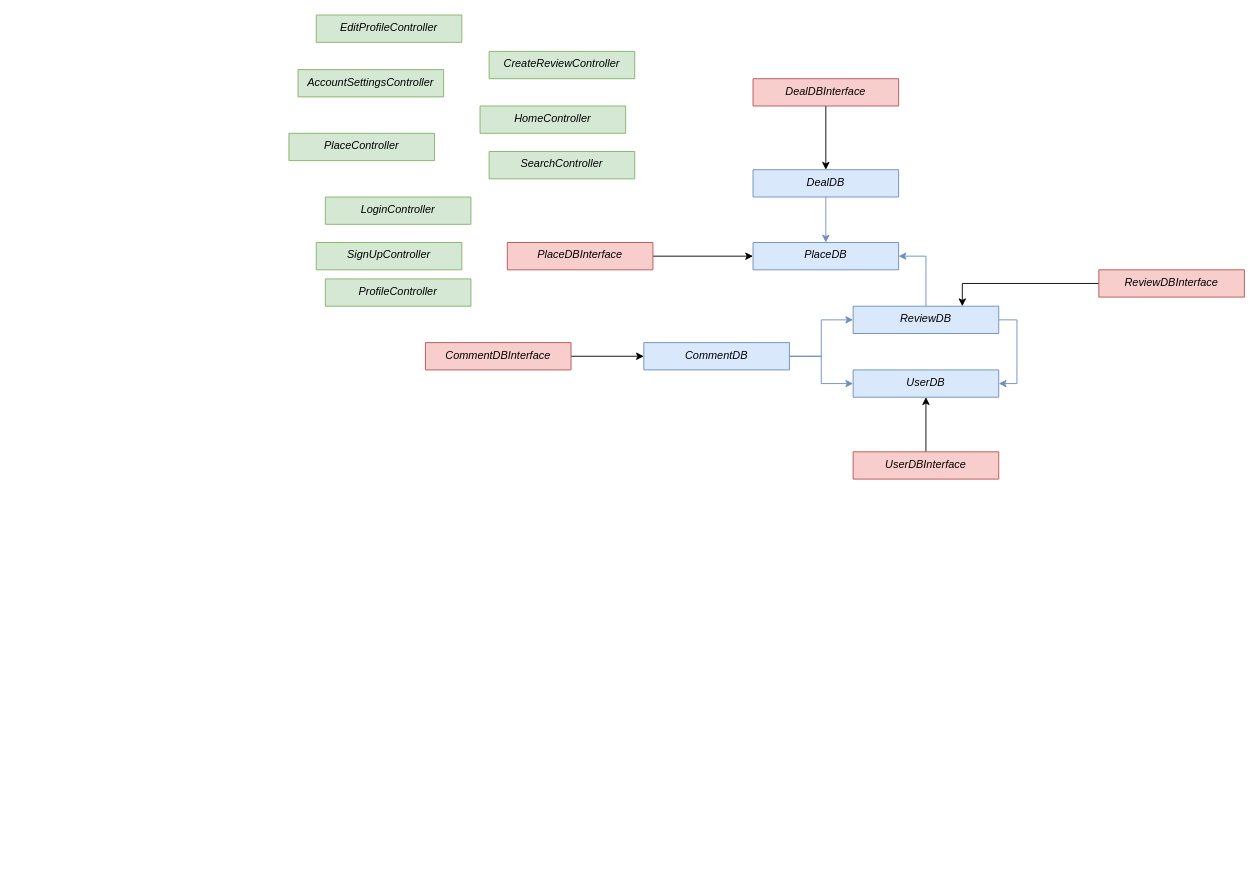
Above: Documents/Clases.drawio in GonzaloLGI/Furry-Advisor (draw.io), before the change. Source tidied: cells renumbered, new cells numbered last; positions are measured from the earlier drawing's top-left corner, leaving out a move shared by most shapes. Both pictures are drawn from the tidied source at 91%, with x=0, y=0 at pixel (288, 15).
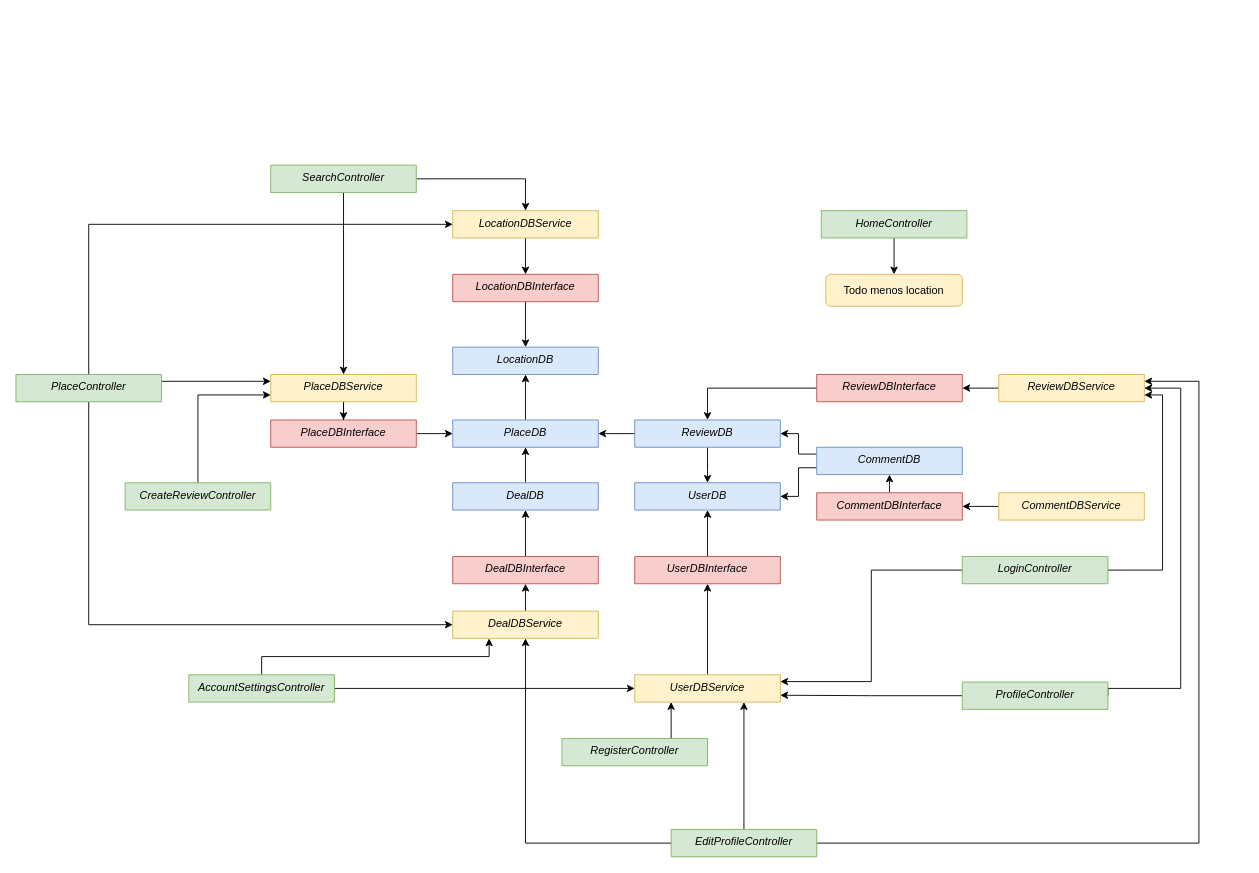
The same page after the edit.

Diff of the diagram source:
```diff
@@
-    <mxCell id="2" style="edgeStyle=orthogonalEdgeStyle;rounded=0;jettySize=auto;html=1;entryX=0;entryY=0.5;entryDx=0;entryDy=0;fillColor=#dae8fc;strokeColor=#6c8ebf;" parent="1" edge="1" source="4" target="10">
-      <mxGeometry relative="1" as="geometry" />
-    </mxCell>
-    <mxCell id="3" style="edgeStyle=orthogonalEdgeStyle;rounded=0;jettySize=auto;html=1;entryX=0;entryY=0.5;entryDx=0;entryDy=0;fillColor=#dae8fc;strokeColor=#6c8ebf;" parent="1" edge="1" source="4" target="11">
-      <mxGeometry relative="1" as="geometry" />
-    </mxCell>
-    <mxCell id="4" value="CommentDB" style="swimlane;fontStyle=2;align=center;verticalAlign=top;horizontal=1;startSize=30;rounded=0;shadow=0;strokeWidth=1;fillColor=#dae8fc;strokeColor=#6c8ebf;" parent="1" vertex="1">
-      <mxGeometry x="390" y="360" width="160" height="30" as="geometry" />
-    </mxCell>
-    <mxCell id="5" style="edgeStyle=orthogonalEdgeStyle;rounded=0;jettySize=auto;html=1;entryX=0.5;entryY=0;entryDx=0;entryDy=0;fillColor=#dae8fc;strokeColor=#6c8ebf;" parent="1" edge="1" source="6" target="8">
+    <mxCell id="5" style="edgeStyle=orthogonalEdgeStyle;rounded=0;jettySize=auto;html=1;exitX=0.5;exitY=0;exitDx=0;exitDy=0;entryX=0.5;entryY=1;entryDx=0;entryDy=0;" parent="1" edge="1" source="6" target="8">
       <mxGeometry relative="1" as="geometry" />
     </mxCell>
     <mxCell id="6" value="DealDB" style="swimlane;fontStyle=2;align=center;verticalAlign=top;horizontal=1;startSize=30;rounded=0;shadow=0;strokeWidth=1;fillColor=#dae8fc;strokeColor=#6c8ebf;" parent="1" vertex="1">
-      <mxGeometry x="510" y="170" width="160" height="30" as="geometry" />
+      <mxGeometry x="180" y="514" width="160" height="30" as="geometry" />
     </mxCell>
-    <mxCell id="7" style="edgeStyle=orthogonalEdgeStyle;rounded=0;jettySize=auto;html=1;entryX=1;entryY=0.5;entryDx=0;entryDy=0;exitX=0.5;exitY=0;exitDx=0;exitDy=0;fillColor=#dae8fc;strokeColor=#6c8ebf;" parent="1" edge="1" source="10" target="8">
-      <mxGeometry relative="1" as="geometry" />
-    </mxCell>
+    <mxCell id="32" style="edgeStyle=orthogonalEdgeStyle;rounded=0;jettySize=auto;html=1;exitX=0.5;exitY=0;exitDx=0;exitDy=0;entryX=0.5;entryY=1;entryDx=0;entryDy=0;" parent="1" edge="1" source="8" target="48">
+      <mxGeometry relative="1" as="geometry" />
+    </mxCell>
     <mxCell id="8" value="PlaceDB" style="swimlane;fontStyle=2;align=center;verticalAlign=top;horizontal=1;startSize=30;rounded=0;shadow=0;strokeWidth=1;fillColor=#dae8fc;strokeColor=#6c8ebf;" parent="1" vertex="1">
-      <mxGeometry x="510" y="250" width="160" height="30" as="geometry" />
+      <mxGeometry x="180" y="445" width="160" height="30" as="geometry" />
     </mxCell>
-    <mxCell id="9" style="edgeStyle=orthogonalEdgeStyle;rounded=0;jettySize=auto;html=1;entryX=1;entryY=0.5;entryDx=0;entryDy=0;exitX=1;exitY=0.5;exitDx=0;exitDy=0;fillColor=#dae8fc;strokeColor=#6c8ebf;" parent="1" edge="1" source="10" target="11">
+    <mxCell id="9" style="edgeStyle=orthogonalEdgeStyle;rounded=0;jettySize=auto;html=1;exitX=0.5;exitY=1;exitDx=0;exitDy=0;" parent="1" edge="1" source="10" target="11">
       <mxGeometry relative="1" as="geometry" />
     </mxCell>
+    <mxCell id="7" style="edgeStyle=orthogonalEdgeStyle;rounded=0;jettySize=auto;html=1;exitX=0;exitY=0.5;exitDx=0;exitDy=0;entryX=1;entryY=0.5;entryDx=0;entryDy=0;" parent="1" edge="1" source="10" target="8">
+      <mxGeometry relative="1" as="geometry">
+        <Array as="points">
+          <mxPoint x="500" y="460" />
+        </Array>
+      </mxGeometry>
+    </mxCell>
     <mxCell id="10" value="ReviewDB" style="swimlane;fontStyle=2;align=center;verticalAlign=top;horizontal=1;startSize=30;rounded=0;shadow=0;strokeWidth=1;fillColor=#dae8fc;strokeColor=#6c8ebf;" parent="1" vertex="1">
-      <mxGeometry x="620" y="320" width="160" height="30" as="geometry" />
+      <mxGeometry x="380" y="445" width="160" height="30" as="geometry" />
     </mxCell>
     <mxCell id="11" value="UserDB" style="swimlane;fontStyle=2;align=center;verticalAlign=top;horizontal=1;startSize=30;rounded=0;shadow=0;strokeWidth=1;fillColor=#dae8fc;strokeColor=#6c8ebf;" parent="1" vertex="1">
-      <mxGeometry x="620" y="390" width="160" height="30" as="geometry" />
+      <mxGeometry x="380" y="514" width="160" height="30" as="geometry" />
     </mxCell>
@@
-    <mxCell id="13" value="UserDBInterface" style="swimlane;fontStyle=2;align=center;verticalAlign=top;horizontal=1;startSize=30;rounded=0;shadow=0;strokeWidth=1;fillColor=#f8cecc;strokeColor=#b85450;" parent="1" vertex="1">
-      <mxGeometry x="620" y="480" width="160" height="30" as="geometry" />
-    </mxCell>
@@
     <mxCell id="15" value="PlaceDBInterface" style="swimlane;fontStyle=2;align=center;verticalAlign=top;horizontal=1;startSize=30;rounded=0;shadow=0;strokeWidth=1;fillColor=#f8cecc;strokeColor=#b85450;" parent="1" vertex="1">
-      <mxGeometry x="240" y="250" width="160" height="30" as="geometry" />
+      <mxGeometry x="-20" y="445" width="160" height="30" as="geometry" />
     </mxCell>
-    <mxCell id="16" style="edgeStyle=orthogonalEdgeStyle;rounded=0;jettySize=auto;html=1;entryX=0.75;entryY=0;entryDx=0;entryDy=0;" parent="1" edge="1" source="17" target="10">
+    <mxCell id="16" style="edgeStyle=orthogonalEdgeStyle;rounded=0;jettySize=auto;html=1;exitX=0;exitY=0.5;exitDx=0;exitDy=0;entryX=0.5;entryY=0;entryDx=0;entryDy=0;" parent="1" edge="1" source="17" target="10">
       <mxGeometry relative="1" as="geometry" />
     </mxCell>
     <mxCell id="17" value="ReviewDBInterface" style="swimlane;fontStyle=2;align=center;verticalAlign=top;horizontal=1;startSize=30;rounded=0;shadow=0;strokeWidth=1;fillColor=#f8cecc;strokeColor=#b85450;" parent="1" vertex="1">
-      <mxGeometry x="890" y="280" width="160" height="30" as="geometry" />
+      <mxGeometry x="580" y="395" width="160" height="30" as="geometry" />
     </mxCell>
-    <mxCell id="18" style="edgeStyle=orthogonalEdgeStyle;rounded=0;jettySize=auto;html=1;entryX=0.5;entryY=0;entryDx=0;entryDy=0;" parent="1" edge="1" source="19" target="6">
+    <mxCell id="18" style="edgeStyle=orthogonalEdgeStyle;rounded=0;jettySize=auto;html=1;exitX=0.5;exitY=0;exitDx=0;exitDy=0;entryX=0.5;entryY=1;entryDx=0;entryDy=0;" parent="1" edge="1" source="19" target="6">
       <mxGeometry relative="1" as="geometry" />
     </mxCell>
     <mxCell id="19" value="DealDBInterface" style="swimlane;fontStyle=2;align=center;verticalAlign=top;horizontal=1;startSize=30;rounded=0;shadow=0;strokeWidth=1;fillColor=#f8cecc;strokeColor=#b85450;" parent="1" vertex="1">
-      <mxGeometry x="510" y="70" width="160" height="30" as="geometry" />
+      <mxGeometry x="180" y="595" width="160" height="30" as="geometry" />
     </mxCell>
-    <mxCell id="20" style="edgeStyle=orthogonalEdgeStyle;rounded=0;jettySize=auto;html=1;entryX=0;entryY=0.5;entryDx=0;entryDy=0;" parent="1" edge="1" source="21" target="4">
+    <mxCell id="20" style="edgeStyle=orthogonalEdgeStyle;rounded=0;jettySize=auto;html=1;exitX=0.5;exitY=0;exitDx=0;exitDy=0;entryX=0.5;entryY=1;entryDx=0;entryDy=0;" parent="1" edge="1" source="21" target="4">
       <mxGeometry relative="1" as="geometry" />
     </mxCell>
     <mxCell id="21" value="CommentDBInterface" style="swimlane;fontStyle=2;align=center;verticalAlign=top;horizontal=1;startSize=30;rounded=0;shadow=0;strokeWidth=1;fillColor=#f8cecc;strokeColor=#b85450;" parent="1" vertex="1">
-      <mxGeometry x="150" y="360" width="160" height="30" as="geometry" />
+      <mxGeometry x="580" y="525" width="160" height="30" as="geometry" />
     </mxCell>
@@
+    <mxCell id="33" style="edgeStyle=orthogonalEdgeStyle;rounded=0;jettySize=auto;html=1;exitX=0.5;exitY=1;exitDx=0;exitDy=0;entryX=0.5;entryY=0;entryDx=0;entryDy=0;" parent="1" edge="1" source="23" target="51">
+      <mxGeometry relative="1" as="geometry" />
+    </mxCell>
     <mxCell id="23" value="HomeController" style="swimlane;fontStyle=2;align=center;verticalAlign=top;horizontal=1;startSize=30;rounded=0;shadow=0;strokeWidth=1;fillColor=#d5e8d4;strokeColor=#82b366;" parent="1" vertex="1">
-      <mxGeometry x="210" y="100" width="160" height="30" as="geometry" />
+      <mxGeometry x="585" y="215" width="160" height="30" as="geometry" />
     </mxCell>
+    <mxCell id="34" style="edgeStyle=orthogonalEdgeStyle;rounded=0;jettySize=auto;html=1;exitX=0.5;exitY=1;exitDx=0;exitDy=0;entryX=0;entryY=0.5;entryDx=0;entryDy=0;" parent="1" edge="1" source="25" target="59">
+      <mxGeometry relative="1" as="geometry" />
+    </mxCell>
+    <mxCell id="35" style="edgeStyle=orthogonalEdgeStyle;rounded=0;jettySize=auto;html=1;exitX=0.5;exitY=0;exitDx=0;exitDy=0;entryX=0;entryY=0.5;entryDx=0;entryDy=0;" parent="1" edge="1" source="25" target="57">
+      <mxGeometry relative="1" as="geometry" />
+    </mxCell>
+    <mxCell id="36" style="edgeStyle=orthogonalEdgeStyle;rounded=0;jettySize=auto;html=1;exitX=1;exitY=0.25;exitDx=0;exitDy=0;entryX=0;entryY=0.25;entryDx=0;entryDy=0;" parent="1" edge="1" source="25" target="61">
+      <mxGeometry relative="1" as="geometry" />
+    </mxCell>
+    <mxCell id="25" value="PlaceController" style="swimlane;fontStyle=2;align=center;verticalAlign=top;horizontal=1;startSize=30;rounded=0;shadow=0;strokeWidth=1;fillColor=#d5e8d4;strokeColor=#82b366;" parent="1" vertex="1">
+      <mxGeometry x="-300" y="395" width="160" height="30" as="geometry" />
+    </mxCell>
+    <mxCell id="37" style="edgeStyle=orthogonalEdgeStyle;rounded=0;jettySize=auto;html=1;exitX=1;exitY=0.5;exitDx=0;exitDy=0;entryX=1;entryY=0.75;entryDx=0;entryDy=0;" parent="1" edge="1" source="26" target="55">
+      <mxGeometry relative="1" as="geometry" />
+    </mxCell>
+    <mxCell id="38" style="edgeStyle=orthogonalEdgeStyle;rounded=0;jettySize=auto;html=1;exitX=0;exitY=0.5;exitDx=0;exitDy=0;entryX=1;entryY=0.25;entryDx=0;entryDy=0;" parent="1" edge="1" source="26" target="65">
+      <mxGeometry relative="1" as="geometry" />
+    </mxCell>
+    <mxCell id="26" value="LoginController" style="swimlane;fontStyle=2;align=center;verticalAlign=top;horizontal=1;startSize=30;rounded=0;shadow=0;strokeWidth=1;fillColor=#d5e8d4;strokeColor=#82b366;" parent="1" vertex="1">
+      <mxGeometry x="740" y="595" width="160" height="30" as="geometry" />
+    </mxCell>
+    <mxCell id="39" style="edgeStyle=orthogonalEdgeStyle;rounded=0;jettySize=auto;html=1;exitX=0.75;exitY=0;exitDx=0;exitDy=0;entryX=0.25;entryY=1;entryDx=0;entryDy=0;" parent="1" edge="1" source="27" target="65">
+      <mxGeometry relative="1" as="geometry" />
+    </mxCell>
+    <mxCell id="27" value="RegisterController" style="swimlane;fontStyle=2;align=center;verticalAlign=top;horizontal=1;startSize=30;rounded=0;shadow=0;strokeWidth=1;fillColor=#d5e8d4;strokeColor=#82b366;" parent="1" vertex="1">
+      <mxGeometry x="300" y="795" width="160" height="30" as="geometry" />
+    </mxCell>
+    <mxCell id="40" style="edgeStyle=orthogonalEdgeStyle;rounded=0;jettySize=auto;html=1;exitX=1;exitY=0.5;exitDx=0;exitDy=0;entryX=1;entryY=0.5;entryDx=0;entryDy=0;" parent="1" edge="1" source="28" target="55">
+      <mxGeometry relative="1" as="geometry">
+        <Array as="points">
+          <mxPoint x="980" y="740" />
+          <mxPoint x="980" y="410" />
+        </Array>
+      </mxGeometry>
+    </mxCell>
+    <mxCell id="41" style="edgeStyle=orthogonalEdgeStyle;rounded=0;jettySize=auto;html=1;exitX=0;exitY=0.5;exitDx=0;exitDy=0;entryX=1;entryY=0.75;entryDx=0;entryDy=0;" parent="1" edge="1" source="28" target="65">
+      <mxGeometry relative="1" as="geometry" />
+    </mxCell>
+    <mxCell id="28" value="ProfileController" style="swimlane;fontStyle=2;align=center;verticalAlign=top;horizontal=1;startSize=30;rounded=0;shadow=0;strokeWidth=1;fillColor=#d5e8d4;strokeColor=#82b366;" parent="1" vertex="1">
+      <mxGeometry x="740" y="733" width="160" height="30" as="geometry" />
+    </mxCell>
+    <mxCell id="42" style="edgeStyle=orthogonalEdgeStyle;rounded=0;jettySize=auto;html=1;exitX=0.5;exitY=0;exitDx=0;exitDy=0;entryX=0.25;entryY=1;entryDx=0;entryDy=0;" parent="1" edge="1" source="29" target="59">
+      <mxGeometry relative="1" as="geometry" />
+    </mxCell>
+    <mxCell id="43" style="edgeStyle=orthogonalEdgeStyle;rounded=0;jettySize=auto;html=1;exitX=1;exitY=0.5;exitDx=0;exitDy=0;entryX=0;entryY=0.5;entryDx=0;entryDy=0;" parent="1" edge="1" source="29" target="65">
+      <mxGeometry relative="1" as="geometry" />
+    </mxCell>
+    <mxCell id="29" value="AccountSettingsController" style="swimlane;fontStyle=2;align=center;verticalAlign=top;horizontal=1;startSize=30;rounded=0;shadow=0;strokeWidth=1;fillColor=#d5e8d4;strokeColor=#82b366;" parent="1" vertex="1">
+      <mxGeometry x="-110" y="725" width="160" height="30" as="geometry" />
+    </mxCell>
+    <mxCell id="44" style="edgeStyle=orthogonalEdgeStyle;rounded=0;jettySize=auto;html=1;exitX=0.5;exitY=0;exitDx=0;exitDy=0;entryX=0;entryY=0.75;entryDx=0;entryDy=0;" parent="1" edge="1" source="30" target="61">
+      <mxGeometry relative="1" as="geometry" />
+    </mxCell>
+    <mxCell id="30" value="CreateReviewController" style="swimlane;fontStyle=2;align=center;verticalAlign=top;horizontal=1;startSize=30;rounded=0;shadow=0;strokeWidth=1;fillColor=#d5e8d4;strokeColor=#82b366;" parent="1" vertex="1">
+      <mxGeometry x="-180" y="514" width="160" height="30" as="geometry" />
+    </mxCell>
+    <mxCell id="45" style="edgeStyle=orthogonalEdgeStyle;rounded=0;jettySize=auto;html=1;exitX=1;exitY=0.5;exitDx=0;exitDy=0;entryX=1;entryY=0.25;entryDx=0;entryDy=0;" parent="1" edge="1" source="31" target="55">
+      <mxGeometry relative="1" as="geometry">
+        <Array as="points">
+          <mxPoint x="1000" y="910" />
+          <mxPoint x="1000" y="403" />
+        </Array>
+      </mxGeometry>
+    </mxCell>
+    <mxCell id="46" style="edgeStyle=orthogonalEdgeStyle;rounded=0;jettySize=auto;html=1;exitX=0.5;exitY=0;exitDx=0;exitDy=0;entryX=0.75;entryY=1;entryDx=0;entryDy=0;" parent="1" edge="1" source="31" target="65">
+      <mxGeometry relative="1" as="geometry" />
+    </mxCell>
+    <mxCell id="47" style="edgeStyle=orthogonalEdgeStyle;rounded=0;jettySize=auto;html=1;exitX=0;exitY=0.5;exitDx=0;exitDy=0;entryX=0.5;entryY=1;entryDx=0;entryDy=0;" parent="1" edge="1" source="31" target="59">
+      <mxGeometry relative="1" as="geometry" />
+    </mxCell>
+    <mxCell id="31" value="EditProfileController" style="swimlane;fontStyle=2;align=center;verticalAlign=top;horizontal=1;startSize=30;rounded=0;shadow=0;strokeWidth=1;fillColor=#d5e8d4;strokeColor=#82b366;" parent="1" vertex="1">
+      <mxGeometry x="420" y="895" width="160" height="30" as="geometry" />
+    </mxCell>
+    <mxCell id="48" value="LocationDB" style="swimlane;fontStyle=2;align=center;verticalAlign=top;horizontal=1;startSize=30;rounded=0;shadow=0;strokeWidth=1;fillColor=#dae8fc;strokeColor=#6c8ebf;" parent="1" vertex="1">
+      <mxGeometry x="180" y="365" width="160" height="30" as="geometry" />
+    </mxCell>
+    <mxCell id="49" style="edgeStyle=orthogonalEdgeStyle;rounded=0;jettySize=auto;html=1;exitX=0.5;exitY=1;exitDx=0;exitDy=0;" parent="1" edge="1" source="50" target="48">
+      <mxGeometry relative="1" as="geometry" />
+    </mxCell>
+    <mxCell id="50" value="LocationDBInterface" style="swimlane;fontStyle=2;align=center;verticalAlign=top;horizontal=1;startSize=30;rounded=0;shadow=0;strokeWidth=1;fillColor=#f8cecc;strokeColor=#b85450;" parent="1" vertex="1">
+      <mxGeometry x="180" y="285" width="160" height="30" as="geometry" />
+    </mxCell>
+    <mxCell id="51" value="Todo menos location" style="rounded=1;whiteSpace=wrap;html=1;fillColor=#fff2cc;strokeColor=#d6b656;" parent="1" vertex="1">
+      <mxGeometry x="590" y="285" width="150" height="35" as="geometry" />
+    </mxCell>
+    <mxCell id="52" style="edgeStyle=orthogonalEdgeStyle;rounded=0;jettySize=auto;html=1;exitX=1;exitY=0.5;exitDx=0;exitDy=0;entryX=0.5;entryY=0;entryDx=0;entryDy=0;" parent="1" edge="1" source="24" target="57">
+      <mxGeometry relative="1" as="geometry" />
+    </mxCell>
+    <mxCell id="53" style="edgeStyle=orthogonalEdgeStyle;rounded=0;jettySize=auto;html=1;exitX=0.5;exitY=1;exitDx=0;exitDy=0;entryX=0.5;entryY=0;entryDx=0;entryDy=0;" parent="1" edge="1" source="24" target="61">
+      <mxGeometry relative="1" as="geometry" />
+    </mxCell>
     <mxCell id="24" value="SearchController" style="swimlane;fontStyle=2;align=center;verticalAlign=top;horizontal=1;startSize=30;rounded=0;shadow=0;strokeWidth=1;fillColor=#d5e8d4;strokeColor=#82b366;" parent="1" vertex="1">
-      <mxGeometry x="220" y="150" width="160" height="30" as="geometry" />
+      <mxGeometry x="-20" y="165" width="160" height="30" as="geometry" />
     </mxCell>
-    <mxCell id="25" value="PlaceController" style="swimlane;fontStyle=2;align=center;verticalAlign=top;horizontal=1;startSize=30;rounded=0;shadow=0;strokeWidth=1;fillColor=#d5e8d4;strokeColor=#82b366;" parent="1" vertex="1">
-      <mxGeometry y="130" width="160" height="30" as="geometry" />
-    </mxCell>
-    <mxCell id="26" value="LoginController" style="swimlane;fontStyle=2;align=center;verticalAlign=top;horizontal=1;startSize=30;rounded=0;shadow=0;strokeWidth=1;fillColor=#d5e8d4;strokeColor=#82b366;" parent="1" vertex="1">
-      <mxGeometry x="40" y="200" width="160" height="30" as="geometry" />
-    </mxCell>
-    <mxCell id="27" value="SignUpController" style="swimlane;fontStyle=2;align=center;verticalAlign=top;horizontal=1;startSize=30;rounded=0;shadow=0;strokeWidth=1;fillColor=#d5e8d4;strokeColor=#82b366;" parent="1" vertex="1">
-      <mxGeometry x="30" y="250" width="160" height="30" as="geometry" />
-    </mxCell>
-    <mxCell id="28" value="ProfileController" style="swimlane;fontStyle=2;align=center;verticalAlign=top;horizontal=1;startSize=30;rounded=0;shadow=0;strokeWidth=1;fillColor=#d5e8d4;strokeColor=#82b366;" parent="1" vertex="1">
-      <mxGeometry x="40" y="290" width="160" height="30" as="geometry" />
-    </mxCell>
-    <mxCell id="29" value="AccountSettingsController" style="swimlane;fontStyle=2;align=center;verticalAlign=top;horizontal=1;startSize=30;rounded=0;shadow=0;strokeWidth=1;fillColor=#d5e8d4;strokeColor=#82b366;" parent="1" vertex="1">
-      <mxGeometry x="10" y="60" width="160" height="30" as="geometry" />
-    </mxCell>
-    <mxCell id="30" value="CreateReviewController" style="swimlane;fontStyle=2;align=center;verticalAlign=top;horizontal=1;startSize=30;rounded=0;shadow=0;strokeWidth=1;fillColor=#d5e8d4;strokeColor=#82b366;" parent="1" vertex="1">
-      <mxGeometry x="220" y="40" width="160" height="30" as="geometry" />
-    </mxCell>
-    <mxCell id="31" value="EditProfileController" style="swimlane;fontStyle=2;align=center;verticalAlign=top;horizontal=1;startSize=30;rounded=0;shadow=0;strokeWidth=1;fillColor=#d5e8d4;strokeColor=#82b366;" parent="1" vertex="1">
-      <mxGeometry x="30" width="160" height="30" as="geometry" />
-    </mxCell>
+    <mxCell id="2" style="edgeStyle=orthogonalEdgeStyle;rounded=0;jettySize=auto;html=1;exitX=0;exitY=0.25;exitDx=0;exitDy=0;entryX=1;entryY=0.5;entryDx=0;entryDy=0;" parent="1" edge="1" source="4" target="10">
+      <mxGeometry relative="1" as="geometry" />
+    </mxCell>
+    <mxCell id="3" style="edgeStyle=orthogonalEdgeStyle;rounded=0;jettySize=auto;html=1;exitX=0;exitY=0.75;exitDx=0;exitDy=0;entryX=1;entryY=0.5;entryDx=0;entryDy=0;" parent="1" edge="1" source="4" target="11">
+      <mxGeometry relative="1" as="geometry" />
+    </mxCell>
+    <mxCell id="4" value="CommentDB" style="swimlane;fontStyle=2;align=center;verticalAlign=top;horizontal=1;startSize=30;rounded=0;shadow=0;strokeWidth=1;fillColor=#dae8fc;strokeColor=#6c8ebf;" parent="1" vertex="1">
+      <mxGeometry x="580" y="475" width="160" height="30" as="geometry" />
+    </mxCell>
+    <mxCell id="13" value="UserDBInterface" style="swimlane;fontStyle=2;align=center;verticalAlign=top;horizontal=1;startSize=30;rounded=0;shadow=0;strokeWidth=1;fillColor=#f8cecc;strokeColor=#b85450;" parent="1" vertex="1">
+      <mxGeometry x="380" y="595" width="160" height="30" as="geometry" />
+    </mxCell>
+    <mxCell id="54" style="edgeStyle=orthogonalEdgeStyle;rounded=0;jettySize=auto;html=1;exitX=0;exitY=0.5;exitDx=0;exitDy=0;entryX=1;entryY=0.5;entryDx=0;entryDy=0;" parent="1" edge="1" source="55" target="17">
+      <mxGeometry relative="1" as="geometry" />
+    </mxCell>
+    <mxCell id="55" value="ReviewDBService" style="swimlane;fontStyle=2;align=center;verticalAlign=top;horizontal=1;startSize=30;rounded=0;shadow=0;strokeWidth=1;fillColor=#fff2cc;strokeColor=#d6b656;" parent="1" vertex="1">
+      <mxGeometry x="780" y="395" width="160" height="30" as="geometry" />
+    </mxCell>
+    <mxCell id="56" style="edgeStyle=orthogonalEdgeStyle;rounded=0;jettySize=auto;html=1;exitX=0.5;exitY=1;exitDx=0;exitDy=0;entryX=0.5;entryY=0;entryDx=0;entryDy=0;" parent="1" edge="1" source="57" target="50">
+      <mxGeometry relative="1" as="geometry" />
+    </mxCell>
+    <mxCell id="57" value="LocationDBService" style="swimlane;fontStyle=2;align=center;verticalAlign=top;horizontal=1;startSize=30;rounded=0;shadow=0;strokeWidth=1;fillColor=#fff2cc;strokeColor=#d6b656;" parent="1" vertex="1">
+      <mxGeometry x="180" y="215" width="160" height="30" as="geometry" />
+    </mxCell>
+    <mxCell id="58" style="edgeStyle=orthogonalEdgeStyle;rounded=0;jettySize=auto;html=1;exitX=0.5;exitY=0;exitDx=0;exitDy=0;entryX=0.5;entryY=1;entryDx=0;entryDy=0;" parent="1" edge="1" source="59" target="19">
+      <mxGeometry relative="1" as="geometry" />
+    </mxCell>
+    <mxCell id="59" value="DealDBService" style="swimlane;fontStyle=2;align=center;verticalAlign=top;horizontal=1;startSize=30;rounded=0;shadow=0;strokeWidth=1;fillColor=#fff2cc;strokeColor=#d6b656;" parent="1" vertex="1">
+      <mxGeometry x="180" y="655" width="160" height="30" as="geometry" />
+    </mxCell>
+    <mxCell id="60" style="edgeStyle=orthogonalEdgeStyle;rounded=0;jettySize=auto;html=1;exitX=0.5;exitY=1;exitDx=0;exitDy=0;" parent="1" edge="1" source="61" target="15">
+      <mxGeometry relative="1" as="geometry" />
+    </mxCell>
+    <mxCell id="61" value="PlaceDBService" style="swimlane;fontStyle=2;align=center;verticalAlign=top;horizontal=1;startSize=30;rounded=0;shadow=0;strokeWidth=1;fillColor=#fff2cc;strokeColor=#d6b656;" parent="1" vertex="1">
+      <mxGeometry x="-20" y="395" width="160" height="30" as="geometry" />
+    </mxCell>
+    <mxCell id="62" style="edgeStyle=orthogonalEdgeStyle;rounded=0;jettySize=auto;html=1;exitX=0;exitY=0.5;exitDx=0;exitDy=0;" parent="1" edge="1" source="63" target="21">
+      <mxGeometry relative="1" as="geometry" />
+    </mxCell>
+    <mxCell id="63" value="CommentDBService" style="swimlane;fontStyle=2;align=center;verticalAlign=top;horizontal=1;startSize=30;rounded=0;shadow=0;strokeWidth=1;fillColor=#fff2cc;strokeColor=#d6b656;" parent="1" vertex="1">
+      <mxGeometry x="780" y="525" width="160" height="30" as="geometry" />
+    </mxCell>
+    <mxCell id="64" style="edgeStyle=orthogonalEdgeStyle;rounded=0;jettySize=auto;html=1;exitX=0.5;exitY=0;exitDx=0;exitDy=0;entryX=0.5;entryY=1;entryDx=0;entryDy=0;" parent="1" edge="1" source="65" target="13">
+      <mxGeometry relative="1" as="geometry" />
+    </mxCell>
+    <mxCell id="65" value="UserDBService" style="swimlane;fontStyle=2;align=center;verticalAlign=top;horizontal=1;startSize=30;rounded=0;shadow=0;strokeWidth=1;fillColor=#fff2cc;strokeColor=#d6b656;" parent="1" vertex="1">
+      <mxGeometry x="380" y="725" width="160" height="30" as="geometry" />
+    </mxCell>
```
